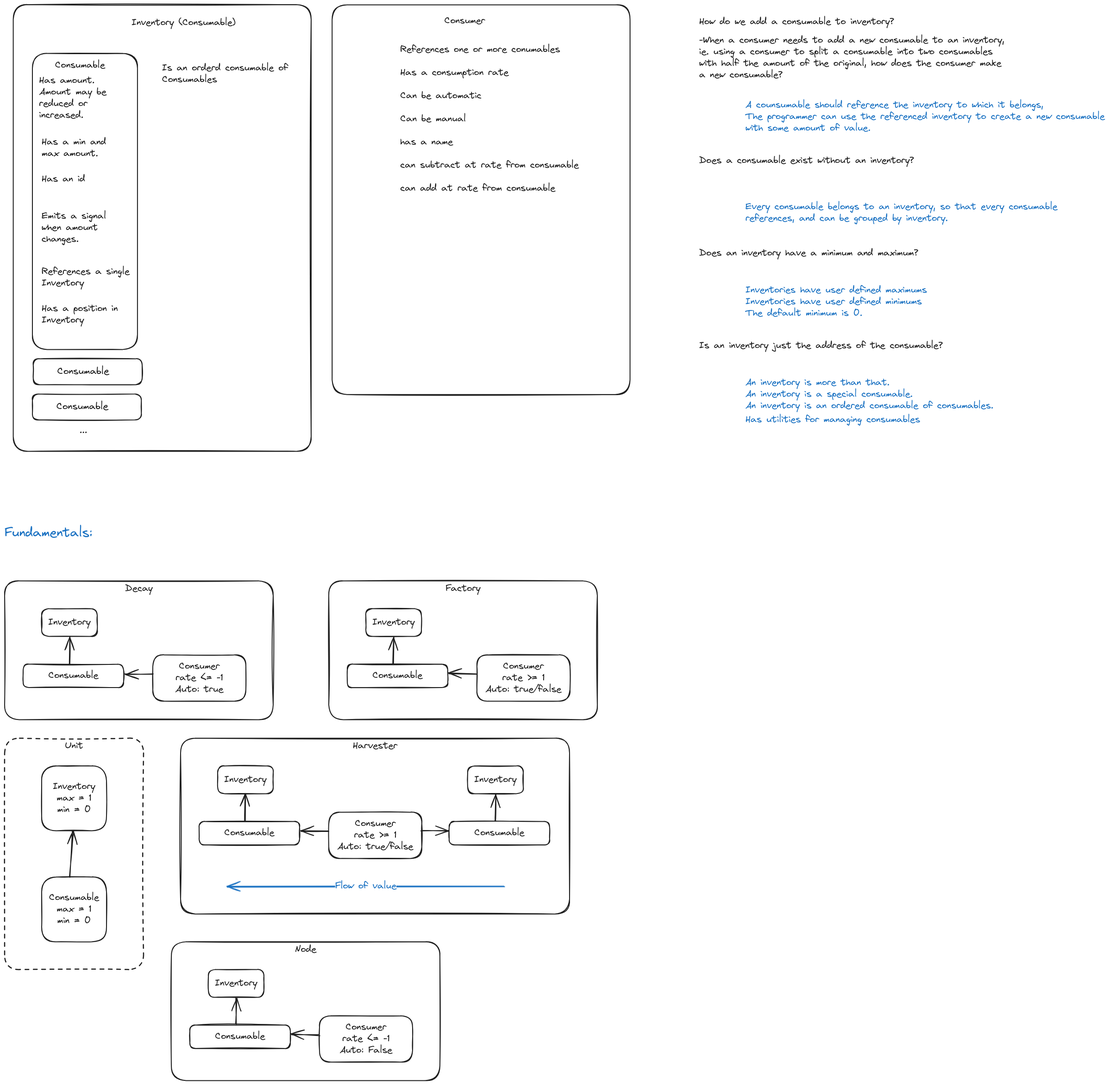
Above: docs/consumer-queue-arch.excalidraw.png in loteque/Godot-RMS (Excalidraw), before the change. Source tidied: one line per element, renumbered; positions are measured from the earlier drawing's top-left corner, leaving out a move shared by most shapes.
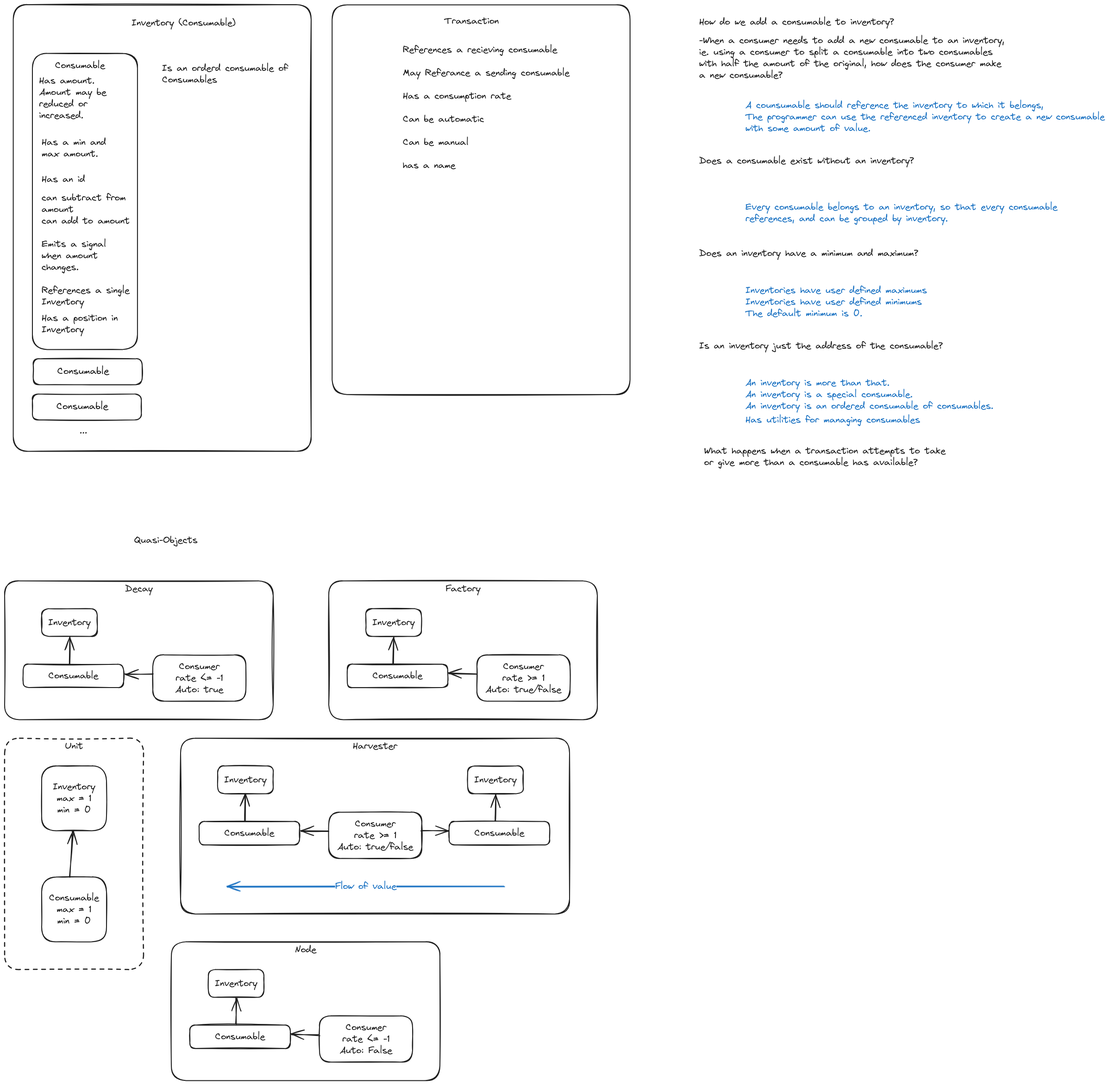
Later version of the same file.

Change to the diagram source:
```diff
@@ -42,9 +42,9 @@
 {"id": 41, "type": "text", "text": "Has a min and \nmax amount.", "strokeColor": "#1e1e1e", "strokeWidth": 2, "roughness": 1, "fontSize": 20, "fontFamily": 1, "x": 80, "y": 285, "width": 149, "height": 50}
 {"id": 42, "type": "text", "text": "Has an id", "strokeColor": "#1e1e1e", "strokeWidth": 2, "roughness": 1, "fontSize": 20, "fontFamily": 1, "x": 80, "y": 365, "width": 94, "height": 25}
 {"id": 43, "type": "text", "text": "Is an orderd consumable of \nConsumables", "strokeColor": "#1e1e1e", "strokeWidth": 2, "roughness": 1, "fontSize": 20, "fontFamily": 1, "x": 340, "y": 125, "width": 282, "height": 50}
-{"id": 44, "type": "text", "text": "Emits a signal\nwhen amount \nchanges.", "strokeColor": "#1e1e1e", "strokeWidth": 2, "roughness": 1, "fontSize": 20, "fontFamily": 1, "x": 80, "y": 445, "width": 139, "height": 75}
+{"id": 44, "type": "text", "text": "Emits a signal\nwhen amount \nchanges.", "strokeColor": "#1e1e1e", "strokeWidth": 2, "roughness": 1, "fontSize": 20, "fontFamily": 1, "x": 80, "y": 505, "width": 139, "height": 75}
-{"id": 45, "type": "text", "text": "Consumer", "strokeColor": "#1e1e1e", "strokeWidth": 2, "roughness": 1, "fontSize": 20, "fontFamily": 1, "x": 950, "y": 23, "width": 88, "height": 25}
+{"id": 45, "type": "text", "text": "Transaction", "strokeColor": "#1e1e1e", "strokeWidth": 2, "roughness": 1, "fontSize": 20, "fontFamily": 1, "x": 950, "y": 23, "width": 118, "height": 25}
-{"id": 46, "type": "text", "text": "References one or more conumables\n\nHas a consumption rate\n\nCan be automatic\n\nCan be manual\n\nhas a name\n\ncan subtract at rate from consumable\n\ncan add at rate from consumable", "strokeColor": "#1e1e1e", "strokeWidth": 2, "roughness": 1, "fontSize": 20, "fontFamily": 1, "x": 854, "y": 85, "width": 386, "height": 325}
+{"id": 46, "type": "text", "text": "References a recieving consumable\n\nMay Referance a sending consumable\n\nHas a consumption rate\n\nCan be automatic\n\nCan be manual\n\nhas a name", "strokeColor": "#1e1e1e", "strokeWidth": 2, "roughness": 1, "fontSize": 20, "fontFamily": 1, "x": 860, "y": 85, "width": 360, "height": 275}
 {"id": 47, "type": "text", "text": "How do we add a consumable to inventory? ", "strokeColor": "#1e1e1e", "strokeWidth": 2, "roughness": 1, "fontSize": 20, "fontFamily": 1, "x": 1500, "y": 25, "width": 431, "height": 25}
 {"id": 48, "type": "text", "text": "Does a consumable exist without an inventory?", "strokeColor": "#1e1e1e", "strokeWidth": 2, "roughness": 1, "fontSize": 20, "fontFamily": 1, "x": 1500, "y": 325, "width": 464, "height": 25}
 {"id": 49, "type": "text", "text": "Does an inventory have a minimum and maximum?", "strokeColor": "#1e1e1e", "strokeWidth": 2, "roughness": 1, "fontSize": 20, "fontFamily": 1, "x": 1500, "y": 525, "width": 473, "height": 25}
@@ -54,8 +54,8 @@
 {"id": 53, "type": "text", "text": "Every consumable belongs to an inventory, so that every consumable\nreferences, and can be grouped by inventory.", "strokeColor": "#1971c2", "strokeWidth": 2, "roughness": 1, "fontSize": 20, "fontFamily": 1, "x": 1600, "y": 425, "width": 674, "height": 50}
 {"id": 54, "type": "text", "text": "Inventories have user defined maximums\nInventories have user defined minimums\nThe default minimum is 0.", "strokeColor": "#1971c2", "strokeWidth": 2, "roughness": 1, "fontSize": 20, "fontFamily": 1, "x": 1600, "y": 605, "width": 392, "height": 75}
 {"id": 55, "type": "text", "text": "An inventory is more than that.\nAn inventory is a special consumable.\nAn inventory is an ordered consumable of consumables.", "strokeColor": "#1971c2", "strokeWidth": 2, "roughness": 1, "fontSize": 20, "fontFamily": 1, "x": 1600, "y": 805, "width": 535, "height": 75}
-{"id": 56, "type": "text", "text": "References a single\nInventory", "strokeColor": "#1e1e1e", "strokeWidth": 2, "roughness": 1, "fontSize": 20, "fontFamily": 1, "x": 80, "y": 565, "width": 190, "height": 50}
+{"id": 56, "type": "text", "text": "References a single\nInventory", "strokeColor": "#1e1e1e", "strokeWidth": 2, "roughness": 1, "fontSize": 20, "fontFamily": 1, "x": 80, "y": 605, "width": 190, "height": 50}
-{"id": 57, "type": "text", "text": "Has a position in\nInventory", "strokeColor": "#1e1e1e", "strokeWidth": 2, "roughness": 1, "fontSize": 20, "fontFamily": 1, "x": 80, "y": 645, "width": 165, "height": 50}
+{"id": 57, "type": "text", "text": "Has a position in\nInventory", "strokeColor": "#1e1e1e", "strokeWidth": 2, "roughness": 1, "fontSize": 20, "fontFamily": 1, "x": 80, "y": 665, "width": 165, "height": 50}
 {"id": 58, "type": "rectangle", "strokeColor": "#1e1e1e", "strokeWidth": 2, "roughness": 1, "round": true, "x": 80, "y": 1305, "width": 120, "height": 60}
 {"id": 59, "type": "text", "text": "Inventory", "strokeColor": "#1e1e1e", "strokeWidth": 2, "roughness": 1, "fontSize": 20, "fontFamily": 1, "textAlign": "center", "verticalAlign": "middle", "inside": 58, "x": 94, "y": 1323, "width": 91, "height": 25}
 {"id": 60, "type": "rectangle", "strokeColor": "#1e1e1e", "strokeWidth": 2, "roughness": 1, "round": true, "x": 440, "y": 2085, "width": 120, "height": 60}
@@ -81,5 +81,7 @@
 {"id": 80, "type": "arrow", "strokeColor": "#1e1e1e", "strokeWidth": 2, "roughness": 1, "endArrowhead": "arrow", "round": true, "to": 20, "x": 900, "y": 1785, "width": 59, "height": 0, "points": [[0, 0], [59, 0]]}
 {"id": 81, "type": "arrow", "strokeColor": "#1971c2", "strokeWidth": 2, "roughness": 1, "endArrowhead": "arrow", "round": true, "x": 1080, "y": 1905, "width": 600, "height": 0, "points": [[0, 0], [-600, 0]]}
 {"id": 82, "type": "text", "text": "Flow of value", "strokeColor": "#1971c2", "strokeWidth": 2, "roughness": 1, "fontSize": 20, "fontFamily": 1, "textAlign": "center", "verticalAlign": "middle", "inside": 81, "x": 1014, "y": 1713, "width": 132, "height": 25}
-{"id": 83, "type": "text", "text": "Fundamentals:", "strokeColor": "#1971c2", "strokeWidth": 2, "roughness": 1, "fontSize": 28, "fontFamily": 1, "x": 0, "y": 1125, "width": 190, "height": 35}
 {"id": 84, "type": "text", "text": "Has utilities for managing consumables", "strokeColor": "#1971c2", "strokeWidth": 2, "strokeStyle": "dashed", "roughness": 1, "fontSize": 20, "fontFamily": 1, "x": 1600, "y": 885, "width": 377, "height": 25}
+{"id": 85, "type": "text", "text": "Quasi-Objects", "strokeColor": "#1e1e1e", "strokeWidth": 2, "roughness": 1, "fontSize": 20, "fontFamily": 1, "x": 280, "y": 1145, "width": 137, "height": 25}
+{"id": 86, "type": "text", "text": "can subtract from \namount\ncan add to amount", "strokeColor": "#1e1e1e", "strokeWidth": 2, "roughness": 1, "fontSize": 20, "fontFamily": 1, "x": 80, "y": 405, "width": 192, "height": 75}
+{"id": 87, "type": "text", "text": "What happens when a transaction attempts to take\nor give more than a consumable has available?", "strokeColor": "#1e1e1e", "strokeWidth": 2, "roughness": 1, "fontSize": 20, "fontFamily": 1, "x": 1511, "y": 952, "width": 521, "height": 50}
```
